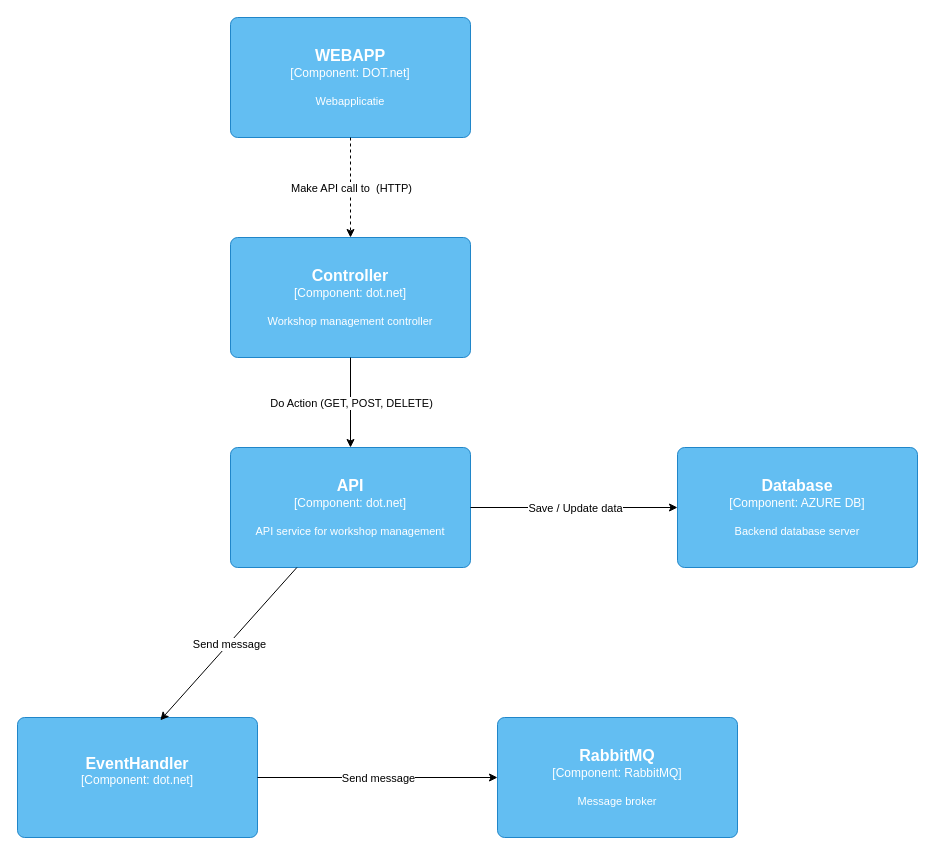
Before: Docs/Models/Component diagram Workshop.drawio in hanaim-devops/devops-bp-pitstop-uitbreiding-team-tbd, a draw.io diagram. Source tidied: cells renumbered, new cells numbered last; positions are measured from the earlier drawing's top-left corner, leaving out a move shared by most shapes. Both pictures are drawn from the tidied source at 100%, with x=0, y=0 at pixel (17, 17).
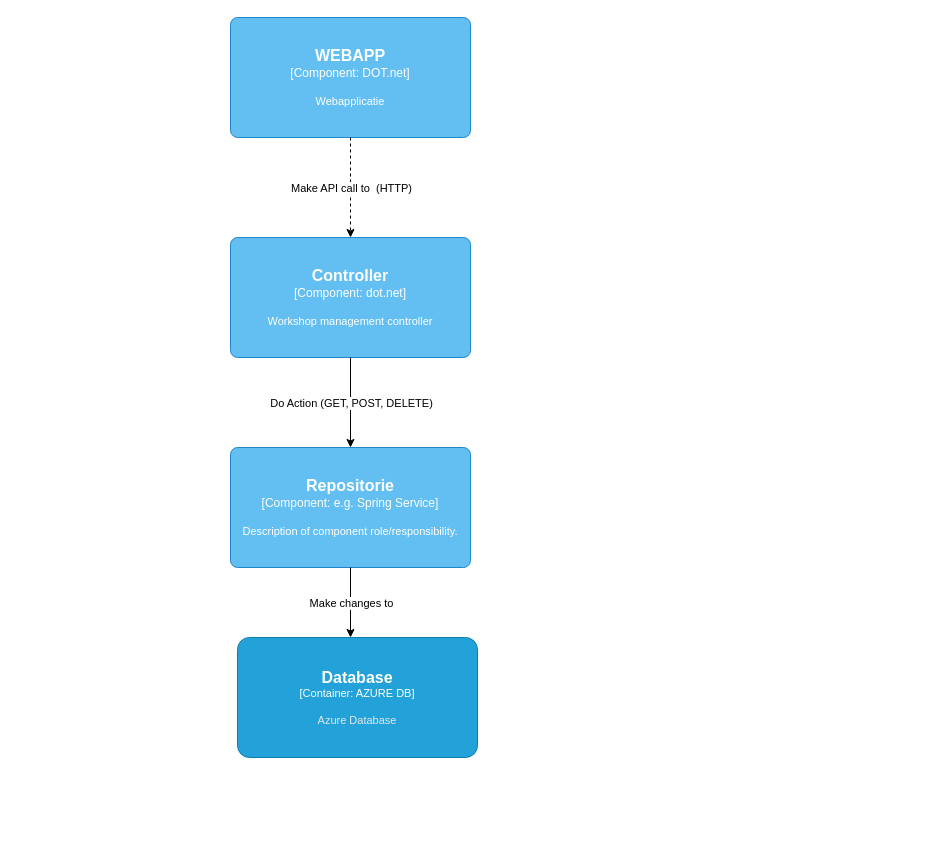
After the change.

The edit, as a diff of the source:
```diff
@@
-    <object id="3" label="&lt;font style=&quot;font-size: 16px&quot;&gt;&lt;b&gt;%c4Name%&lt;/b&gt;&lt;/font&gt;&lt;div&gt;[%c4Type%: %c4Technology%]&lt;/div&gt;&lt;br&gt;&lt;div&gt;&lt;font style=&quot;font-size: 11px&quot;&gt;%c4Description%&lt;/font&gt;&lt;/div&gt;" c4Description="Backend database server " c4Name="Database" c4Technology="AZURE DB" c4Type="Component" placeholders="1">
-      <mxCell style="rounded=1;whiteSpace=wrap;html=1;labelBackgroundColor=none;fillColor=#63BEF2;fontColor=#ffffff;align=center;arcSize=6;strokeColor=#2086C9;points=[[0.25,0,0],[0.5,0,0],[0.75,0,0],[1,0.25,0],[1,0.5,0],[1,0.75,0],[0.75,1,0],[0.5,1,0],[0.25,1,0],[0,0.75,0],[0,0.5,0],[0,0.25,0]];" parent="1" vertex="1">
-        <mxGeometry x="660" y="430" width="240" height="120" as="geometry" />
-      </mxCell>
-    </object>
-    <object id="4" label="&lt;font style=&quot;font-size: 16px&quot;&gt;&lt;b&gt;%c4Name%&lt;/b&gt;&lt;/font&gt;&lt;div&gt;[%c4Type%: %c4Technology%]&lt;/div&gt;&lt;br&gt;&lt;div&gt;&lt;font style=&quot;font-size: 11px&quot;&gt;%c4Description%&lt;/font&gt;&lt;/div&gt;" c4Description="" c4Name="EventHandler" c4Technology="dot.net" c4Type="Component" placeholders="1">
-      <mxCell style="rounded=1;whiteSpace=wrap;html=1;labelBackgroundColor=none;fillColor=#63BEF2;fontColor=#ffffff;align=center;arcSize=6;strokeColor=#2086C9;points=[[0.25,0,0],[0.5,0,0],[0.75,0,0],[1,0.25,0],[1,0.5,0],[1,0.75,0],[0.75,1,0],[0.5,1,0],[0.25,1,0],[0,0.75,0],[0,0.5,0],[0,0.25,0]];" parent="1" vertex="1">
-        <mxGeometry y="700" width="240" height="120" as="geometry" />
-      </mxCell>
-    </object>
-    <object id="5" label="&lt;font style=&quot;font-size: 16px&quot;&gt;&lt;b&gt;%c4Name%&lt;/b&gt;&lt;/font&gt;&lt;div&gt;[%c4Type%: %c4Technology%]&lt;/div&gt;&lt;br&gt;&lt;div&gt;&lt;font style=&quot;font-size: 11px&quot;&gt;%c4Description%&lt;/font&gt;&lt;/div&gt;" c4Description="Message broker" c4Name="RabbitMQ" c4Technology="RabbitMQ" c4Type="Component" placeholders="1">
-      <mxCell style="rounded=1;whiteSpace=wrap;html=1;labelBackgroundColor=none;fillColor=#63BEF2;fontColor=#ffffff;align=center;arcSize=6;strokeColor=#2086C9;points=[[0.25,0,0],[0.5,0,0],[0.75,0,0],[1,0.25,0],[1,0.5,0],[1,0.75,0],[0.75,1,0],[0.5,1,0],[0.25,1,0],[0,0.75,0],[0,0.5,0],[0,0.25,0]];" parent="1" vertex="1">
-        <mxGeometry x="480" y="700" width="240" height="120" as="geometry" />
-      </mxCell>
-    </object>
-    <object id="6" label="&lt;font style=&quot;font-size: 16px&quot;&gt;&lt;b&gt;%c4Name%&lt;/b&gt;&lt;/font&gt;&lt;div&gt;[%c4Type%: %c4Technology%]&lt;/div&gt;&lt;br&gt;&lt;div&gt;&lt;font style=&quot;font-size: 11px&quot;&gt;%c4Description%&lt;/font&gt;&lt;/div&gt;" c4Description="API service for workshop management" c4Name="API" c4Technology="dot.net" c4Type="Component" placeholders="1">
-      <mxCell style="rounded=1;whiteSpace=wrap;html=1;labelBackgroundColor=none;fillColor=#63BEF2;fontColor=#ffffff;align=center;arcSize=6;strokeColor=#2086C9;points=[[0.25,0,0],[0.5,0,0],[0.75,0,0],[1,0.25,0],[1,0.5,0],[1,0.75,0],[0.75,1,0],[0.5,1,0],[0.25,1,0],[0,0.75,0],[0,0.5,0],[0,0.25,0]];" parent="1" vertex="1">
-        <mxGeometry x="213" y="430" width="240" height="120" as="geometry" />
-      </mxCell>
-    </object>
@@
-    <mxCell id="12" style="endArrow=classic;html=1;rounded=0;" parent="1" edge="1" source="6" target="3">
-      <mxGeometry relative="1" as="geometry" />
-    </mxCell>
-    <mxCell id="13" value="Save / Update data" style="edgeLabel;html=1;align=center;verticalAlign=middle;" parent="12" vertex="1">
-      <mxGeometry relative="1" as="geometry" />
-    </mxCell>
-    <mxCell id="14" style="endArrow=classic;html=1;rounded=0;entryX=0.595;entryY=0.023;entryDx=0;entryDy=0;entryPerimeter=0;" parent="1" edge="1" source="6" target="4">
-      <mxGeometry relative="1" as="geometry" />
-    </mxCell>
-    <mxCell id="15" value="Send message" style="edgeLabel;html=1;align=center;verticalAlign=middle;" parent="14" vertex="1">
-      <mxGeometry relative="1" as="geometry" />
-    </mxCell>
-    <mxCell id="16" style="endArrow=classic;html=1;rounded=0;entryX=0;entryY=0.5;entryDx=0;entryDy=0;entryPerimeter=0;" parent="1" edge="1" source="4" target="5">
-      <mxGeometry relative="1" as="geometry" />
-    </mxCell>
-    <mxCell id="17" value="Send message" style="edgeLabel;html=1;align=center;verticalAlign=middle;" parent="16" vertex="1">
-      <mxGeometry relative="1" as="geometry" />
-    </mxCell>
+    <object id="6" label="&lt;font style=&quot;font-size: 16px&quot;&gt;&lt;b&gt;%c4Name%&lt;/b&gt;&lt;/font&gt;&lt;div&gt;[%c4Type%: %c4Technology%]&lt;/div&gt;&lt;br&gt;&lt;div&gt;&lt;font style=&quot;font-size: 11px&quot;&gt;%c4Description%&lt;/font&gt;&lt;/div&gt;" c4Description="Description of component role/responsibility." c4Name="Repositorie" c4Technology="e.g. Spring Service" c4Type="Component" placeholders="1">
+      <mxCell style="rounded=1;whiteSpace=wrap;html=1;labelBackgroundColor=none;fillColor=#63BEF2;fontColor=#ffffff;align=center;arcSize=6;strokeColor=#2086C9;points=[[0.25,0,0],[0.5,0,0],[0.75,0,0],[1,0.25,0],[1,0.5,0],[1,0.75,0],[0.75,1,0],[0.5,1,0],[0.25,1,0],[0,0.75,0],[0,0.5,0],[0,0.25,0]];" parent="1" vertex="1">
+        <mxGeometry x="213" y="430" width="240" height="120" as="geometry" />
+      </mxCell>
+    </object>
+    <mxCell id="18" style="endArrow=classic;html=1;rounded=0;" parent="1" edge="1" source="6">
+      <mxGeometry relative="1" as="geometry">
+        <mxPoint x="333" y="620" as="targetPoint" />
+      </mxGeometry>
+    </mxCell>
+    <mxCell id="19" value="Make changes to" style="edgeLabel;html=1;align=center;verticalAlign=middle;" parent="18" vertex="1">
+      <mxGeometry relative="1" as="geometry" />
+    </mxCell>
+    <object id="20" label="&lt;font style=&quot;font-size: 16px&quot;&gt;&lt;b&gt;%c4Name%&lt;/b&gt;&lt;/font&gt;&lt;div&gt;[%c4Type%: %c4Technology%]&lt;/div&gt;&lt;br&gt;&lt;div&gt;&lt;font style=&quot;font-size: 11px&quot;&gt;&lt;font color=&quot;#E6E6E6&quot;&gt;%c4Description%&lt;/font&gt;&lt;/div&gt;" c4Description="Azure Database" c4Name="Database" c4Technology="AZURE DB" c4Type="Container" placeholders="1">
+      <mxCell style="rounded=1;whiteSpace=wrap;html=1;fontSize=11;labelBackgroundColor=none;fillColor=#23A2D9;fontColor=#ffffff;align=center;arcSize=10;strokeColor=#0E7DAD;" parent="1" vertex="1">
+        <mxGeometry x="220" y="620" width="240" height="120" as="geometry" />
+      </mxCell>
+    </object>
```
